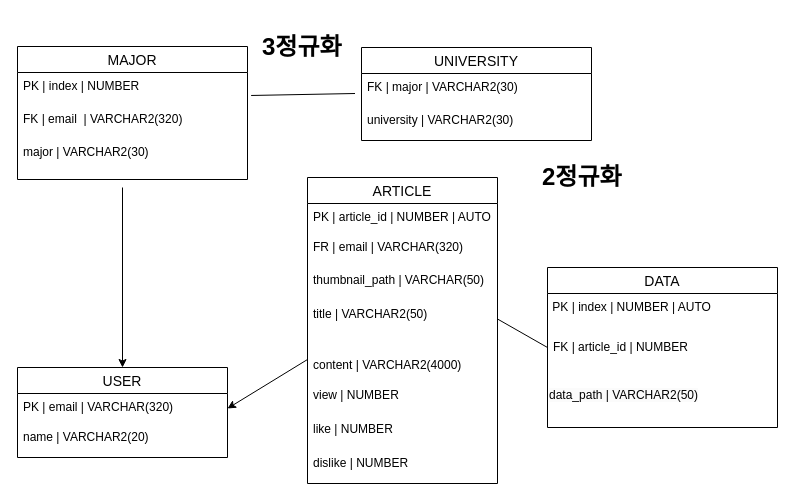
creepereye1204/DATABASE keeps this draw.io diagram as 다이어그램.drawio. Above is the earlier version. Source tidied: cells renumbered, new cells numbered last; positions are measured from the earlier drawing's top-left corner, leaving out a move shared by most shapes. Both pictures are drawn from the tidied source at 100%, with x=0, y=0 at pixel (17, 27).
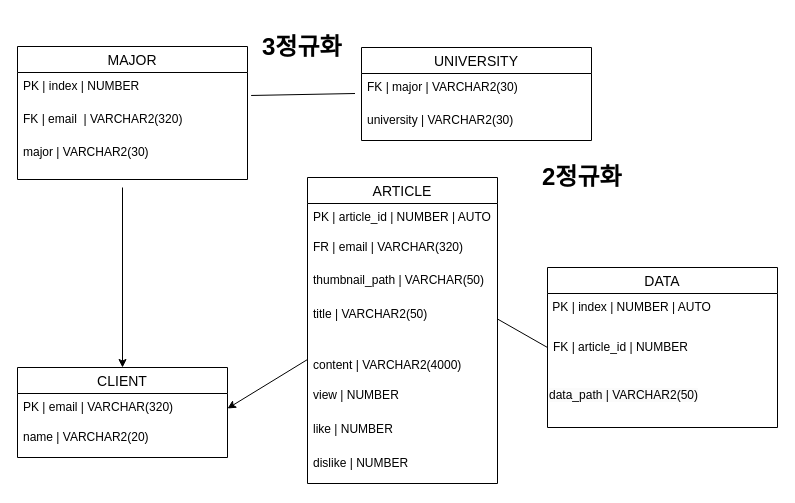
Above is the later version.

Commit message (it also covers changes not shown here):
다이어그램.drawio 업데이트

What changed in the source:
```diff
@@
-    <mxCell id="2" value="USER" style="swimlane;fontStyle=0;horizontal=1;startSize=26;align=center;fontSize=14;" parent="1" vertex="1">
+    <mxCell id="2" value="CLIENT" style="swimlane;fontStyle=0;horizontal=1;startSize=26;align=center;fontSize=14;" parent="1" vertex="1">
       <mxGeometry y="340" width="210" height="90" as="geometry" />
     </mxCell>
```
